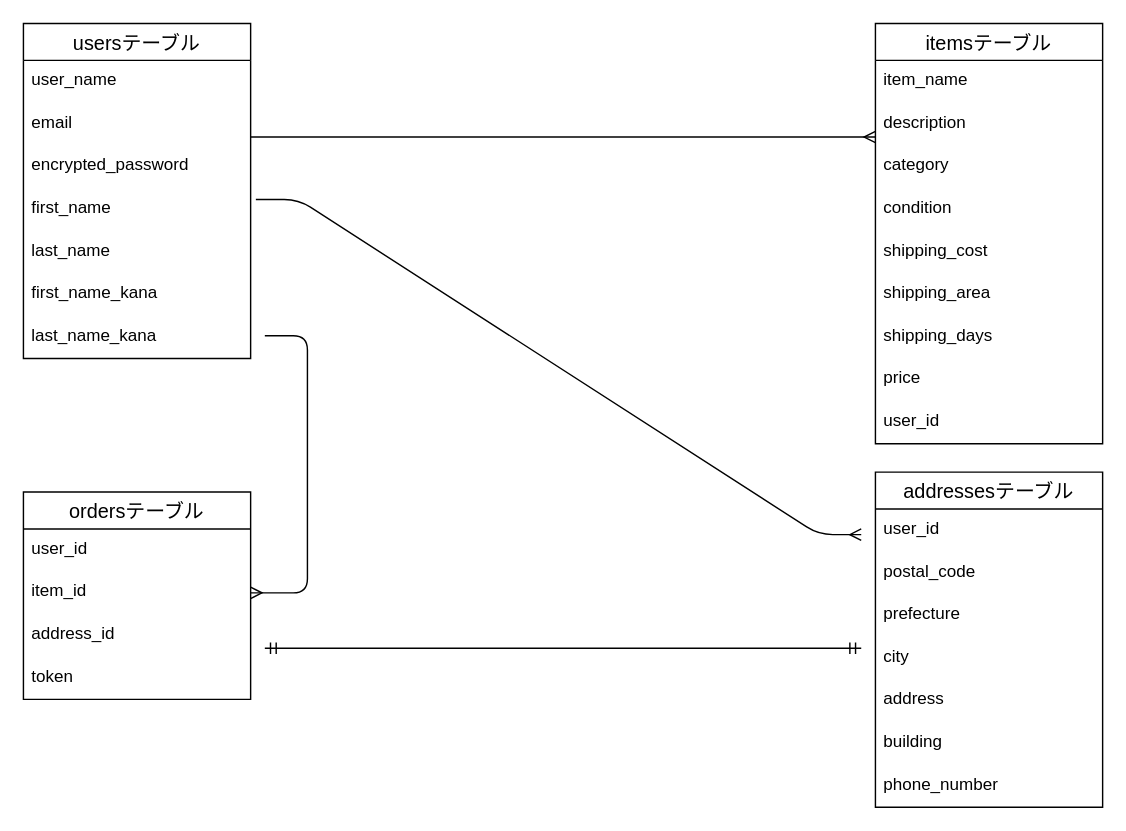
Above: ER.dio in jing929/furima-40599 (draw.io), before the change. Source tidied: cells renumbered, new cells numbered last; positions are measured from the earlier drawing's top-left corner, leaving out a move shared by most shapes. Both pictures are drawn from the tidied source at 142%, with x=0, y=0 at pixel (23, 23).
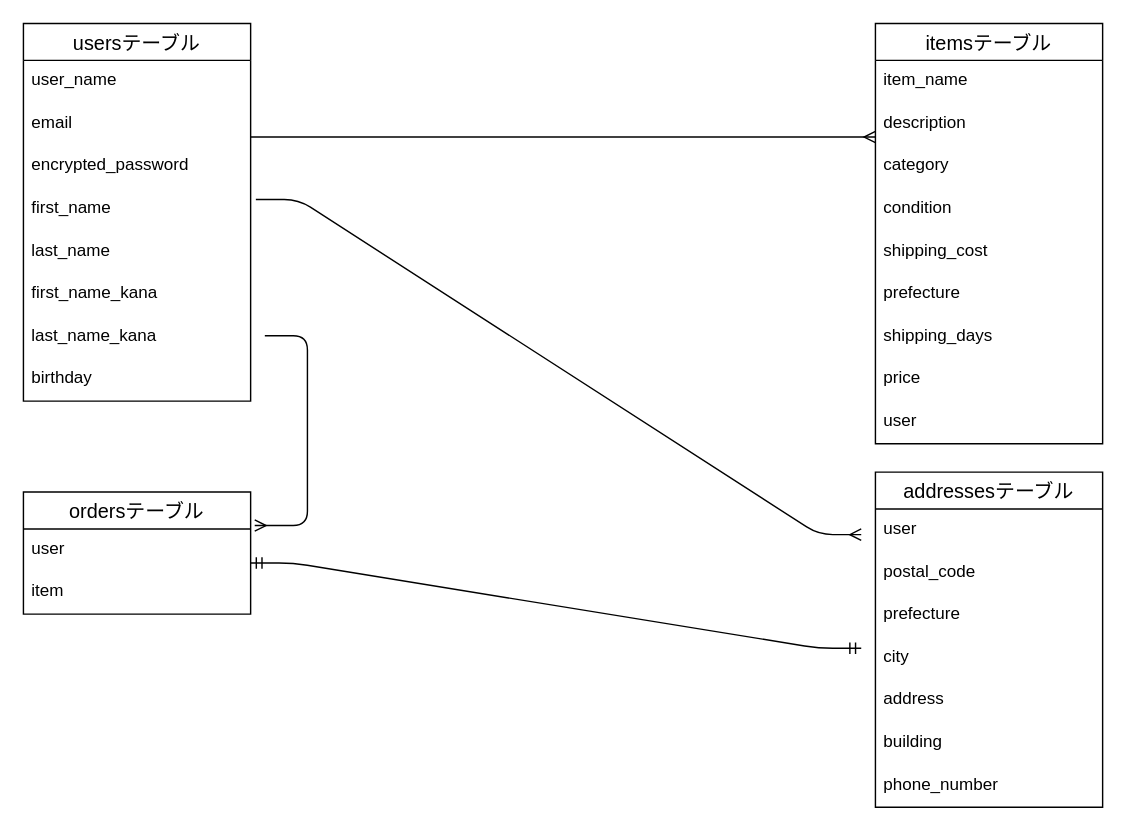
The same diagram, later.

Unchanged cells that the change refers to:
```xml
<mxCell id="10" value="itemsテーブル" style="swimlane;fontStyle=0;horizontal=1;startSize=26;align=center;fontSize=14;labelBackgroundColor=none;fillColor=default;" parent="1" vertex="1">
  <mxGeometry x="600" width="160" height="296" as="geometry" />
</mxCell>
<mxCell id="25" value="addressesテーブル" style="swimlane;fontStyle=0;horizontal=1;startSize=26;align=center;fontSize=14;labelBackgroundColor=none;fillColor=default;" parent="1" vertex="1">
  <mxGeometry x="600" y="316" width="160" height="236" as="geometry" />
</mxCell>
```

The edit, as a diff of the source:
```diff
@@
     <mxCell id="2" value="usersテーブル" style="swimlane;fontStyle=0;horizontal=1;startSize=26;align=center;fontSize=14;fillColor=default;" parent="1" vertex="1">
-      <mxGeometry width="160" height="236" as="geometry" />
+      <mxGeometry width="160" height="266" as="geometry" />
     </mxCell>
@@
+    <mxCell id="37" value="birthday" style="text;strokeColor=none;fillColor=none;spacingLeft=4;spacingRight=4;overflow=hidden;fontSize=12;labelBackgroundColor=none;" parent="2" vertex="1">
+      <mxGeometry y="236" width="160" height="30" as="geometry" />
+    </mxCell>
@@
-    <mxCell id="16" value="shipping_area" style="text;strokeColor=none;fillColor=none;spacingLeft=4;spacingRight=4;overflow=hidden;fontSize=12;labelBackgroundColor=none;" parent="10" vertex="1">
+    <mxCell id="16" value="prefecture" style="text;strokeColor=none;fillColor=none;spacingLeft=4;spacingRight=4;overflow=hidden;fontSize=12;labelBackgroundColor=none;" parent="10" vertex="1">
       <mxGeometry y="176" width="160" height="30" as="geometry" />
     </mxCell>
@@
-    <mxCell id="19" value="user_id" style="text;strokeColor=none;fillColor=none;spacingLeft=4;spacingRight=4;overflow=hidden;fontSize=12;labelBackgroundColor=none;" parent="10" vertex="1">
+    <mxCell id="19" value="user" style="text;strokeColor=none;fillColor=none;spacingLeft=4;spacingRight=4;overflow=hidden;fontSize=12;labelBackgroundColor=none;" parent="10" vertex="1">
       <mxGeometry y="266" width="160" height="30" as="geometry" />
     </mxCell>
     <mxCell id="20" value="ordersテーブル" style="swimlane;fontStyle=0;horizontal=1;startSize=26;align=center;fontSize=14;labelBackgroundColor=none;fillColor=default;" parent="1" vertex="1">
-      <mxGeometry y="330" width="160" height="146" as="geometry" />
+      <mxGeometry y="330" width="160" height="86" as="geometry" />
     </mxCell>
-    <mxCell id="21" value="user_id" style="text;strokeColor=none;fillColor=none;spacingLeft=4;spacingRight=4;overflow=hidden;points=[[0,0.5],[1,0.5]];portConstraint=eastwest;fontSize=12;labelBackgroundColor=none;" parent="20" vertex="1">
+    <mxCell id="21" value="user" style="text;strokeColor=none;fillColor=none;spacingLeft=4;spacingRight=4;overflow=hidden;points=[[0,0.5],[1,0.5]];portConstraint=eastwest;fontSize=12;labelBackgroundColor=none;" parent="20" vertex="1">
       <mxGeometry y="26" width="160" height="30" as="geometry" />
     </mxCell>
-    <mxCell id="22" value="item_id" style="text;strokeColor=none;fillColor=none;spacingLeft=4;spacingRight=4;overflow=hidden;points=[[0,0.5],[1,0.5]];portConstraint=eastwest;fontSize=12;labelBackgroundColor=none;" parent="20" vertex="1">
+    <mxCell id="22" value="item" style="text;strokeColor=none;fillColor=none;spacingLeft=4;spacingRight=4;overflow=hidden;points=[[0,0.5],[1,0.5]];portConstraint=eastwest;fontSize=12;labelBackgroundColor=none;" parent="20" vertex="1">
       <mxGeometry y="56" width="160" height="30" as="geometry" />
     </mxCell>
-    <mxCell id="23" value="address_id" style="text;strokeColor=none;fillColor=none;spacingLeft=4;spacingRight=4;overflow=hidden;fontSize=12;labelBackgroundColor=none;" parent="20" vertex="1">
-      <mxGeometry y="86" width="160" height="30" as="geometry" />
-    </mxCell>
-    <mxCell id="24" value="token" style="text;strokeColor=none;fillColor=none;spacingLeft=4;spacingRight=4;overflow=hidden;fontSize=12;labelBackgroundColor=none;" parent="20" vertex="1">
-      <mxGeometry y="116" width="160" height="30" as="geometry" />
-    </mxCell>
@@
-    <mxCell id="26" value="user_id" style="text;strokeColor=none;fillColor=none;spacingLeft=4;spacingRight=4;overflow=hidden;fontSize=12;labelBackgroundColor=none;" parent="25" vertex="1">
+    <mxCell id="26" value="user" style="text;strokeColor=none;fillColor=none;spacingLeft=4;spacingRight=4;overflow=hidden;fontSize=12;labelBackgroundColor=none;" parent="25" vertex="1">
       <mxGeometry y="26" width="160" height="30" as="geometry" />
     </mxCell>
@@
-    <mxCell id="34" style="edgeStyle=entityRelationEdgeStyle;fontSize=12;html=1;endArrow=ERmany;entryX=1;entryY=0.5;entryDx=0;entryDy=0;" parent="1" edge="1" target="22">
+    <mxCell id="34" style="edgeStyle=entityRelationEdgeStyle;fontSize=12;html=1;endArrow=ERmany;entryX=1.018;entryY=-0.08;entryDx=0;entryDy=0;entryPerimeter=0;" parent="1" edge="1" target="21">
       <mxGeometry relative="1" as="geometry">
         <mxPoint x="170" y="220" as="sourcePoint" />
       </mxGeometry>
     </mxCell>
@@
-    <mxCell id="36" style="edgeStyle=entityRelationEdgeStyle;fontSize=12;html=1;endArrow=ERmandOne;startArrow=ERmandOne;" parent="1" edge="1">
+    <mxCell id="36" style="edgeStyle=entityRelationEdgeStyle;fontSize=12;html=1;endArrow=ERmandOne;startArrow=ERmandOne;exitX=1;exitY=0.8;exitDx=0;exitDy=0;exitPerimeter=0;" parent="1" edge="1" source="21">
       <mxGeometry relative="1" as="geometry">
-        <mxPoint x="170" y="440" as="sourcePoint" />
         <mxPoint x="590" y="440" as="targetPoint" />
       </mxGeometry>
     </mxCell>
```
